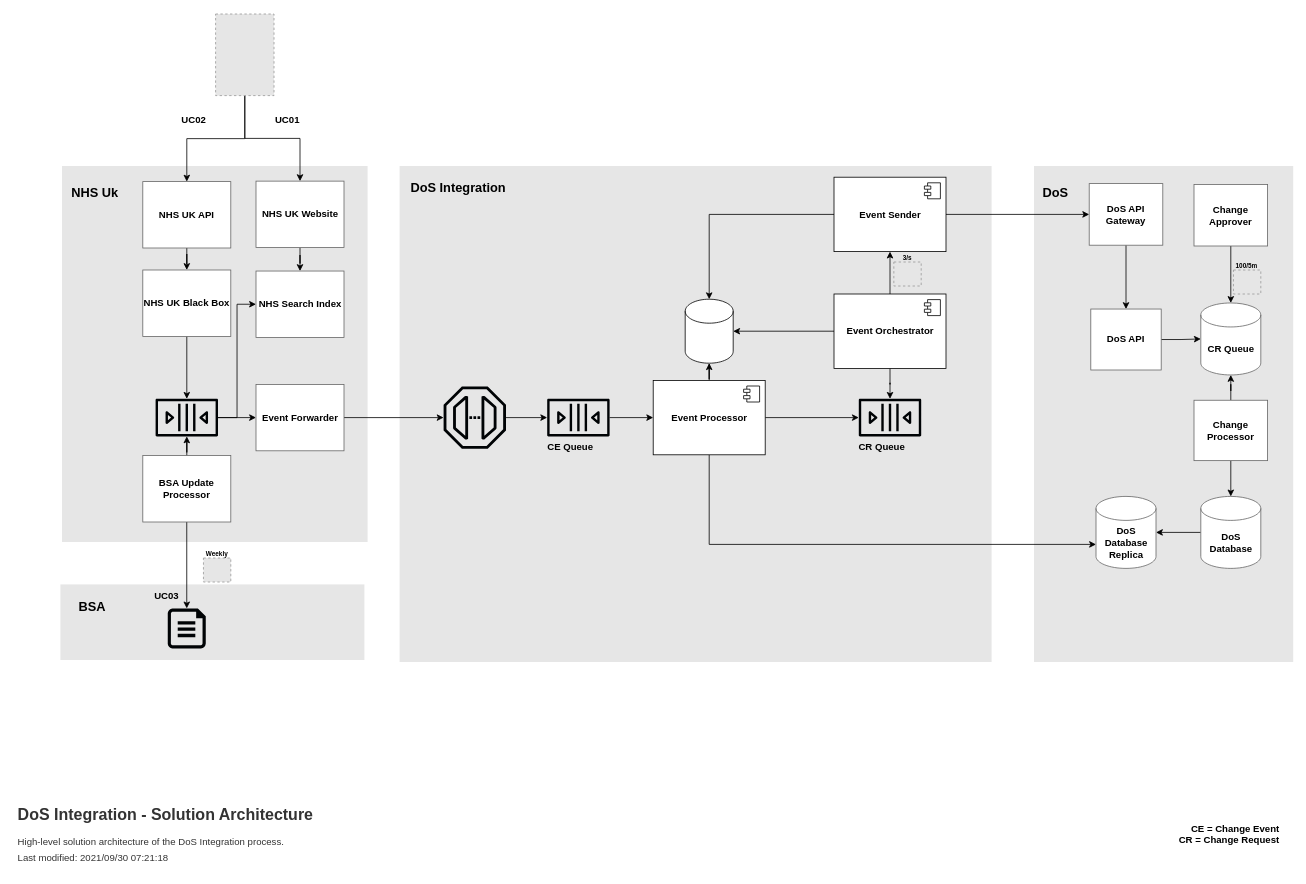
Before: page "Solution Architecture" (2 of 6) of documentation/diagrams/DoS Integration.drawio in nhsd-exeter/dos-integration, a draw.io diagram. Source tidied: cells renumbered, new cells numbered last; positions are measured from the earlier drawing's top-left corner, leaving out a move shared by most shapes. Both pictures are drawn from the tidied source at 80%, with x=0, y=0 at pixel (14, 14). Pictures stored in the file or linked from it are replaced by grey dashed boxes.
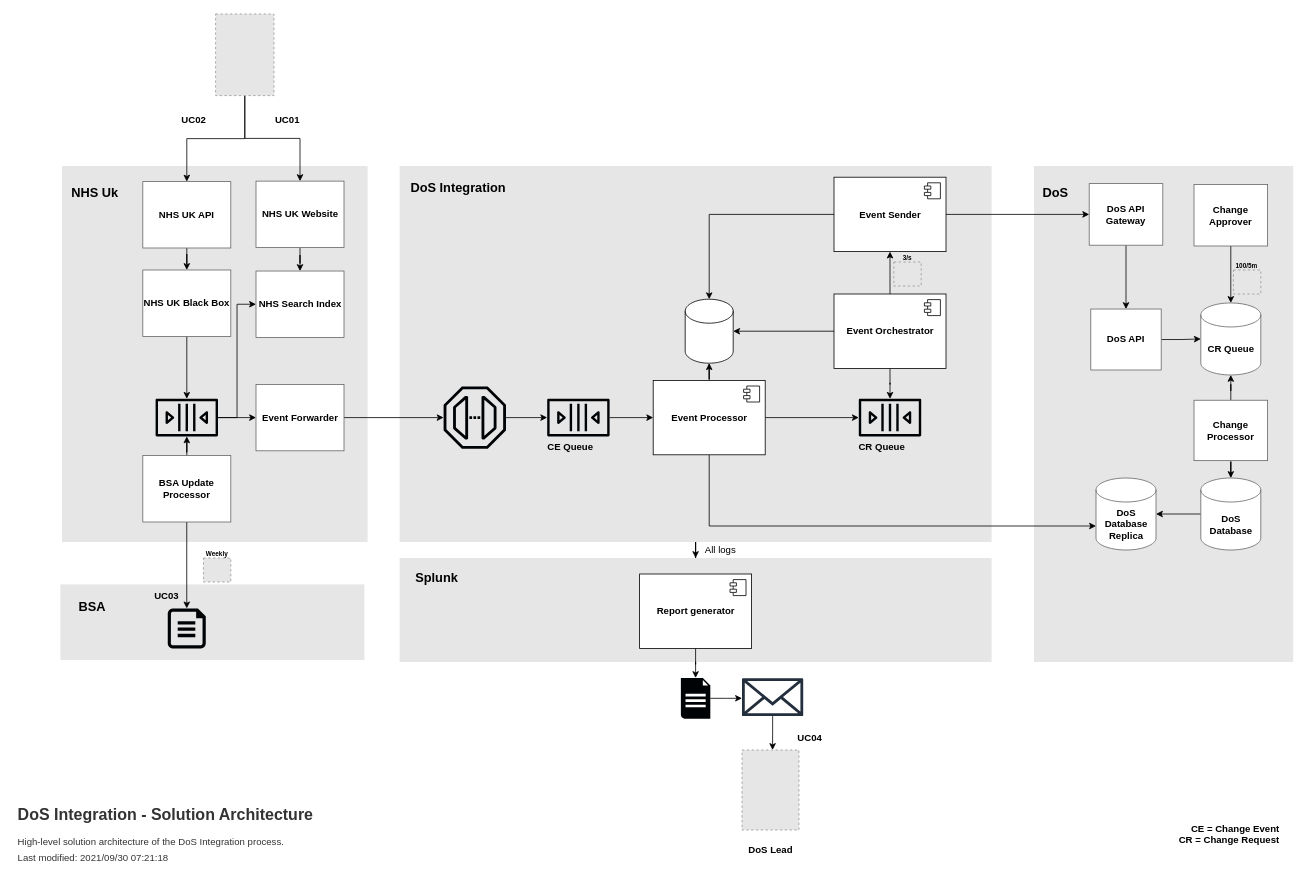
The same page after the edit.

Diff of the diagram source:
```diff
@@
+    <mxCell id="78" style="rounded=0;whiteSpace=wrap;html=1;fillColor=#E6E6E6;dashed=1;strokeColor=none;" parent="1" vertex="1">
+      <mxGeometry x="482" y="680" width="740" height="130" as="geometry" />
+    </mxCell>
@@
     <mxCell id="3" style="rounded=0;whiteSpace=wrap;html=1;fillColor=#E6E6E6;dashed=1;strokeColor=none;" parent="1" vertex="1">
-      <mxGeometry x="482" y="190" width="740" height="620" as="geometry" />
+      <mxGeometry x="482" y="190" width="740" height="470" as="geometry" />
     </mxCell>
@@
     <mxCell id="12" value="DoS Database" style="shape=cylinder3;whiteSpace=wrap;html=1;boundedLbl=1;backgroundOutline=1;size=15;fillColor=#FFFFFF;strokeColor=#666666;labelBackgroundColor=none;fontStyle=1;" parent="1" vertex="1">
-      <mxGeometry x="1483.5" y="603" width="75" height="90" as="geometry" />
+      <mxGeometry x="1483.5" y="580" width="75" height="90" as="geometry" />
     </mxCell>
     <mxCell id="13" value="DoS Database&lt;br&gt;Replica" style="shape=cylinder3;whiteSpace=wrap;html=1;boundedLbl=1;backgroundOutline=1;size=15;fillColor=#FFFFFF;strokeColor=#666666;labelBackgroundColor=none;fontStyle=1;" parent="1" vertex="1">
-      <mxGeometry x="1352.5" y="603" width="75" height="90" as="geometry" />
+      <mxGeometry x="1352.5" y="580" width="75" height="90" as="geometry" />
     </mxCell>
@@
+    <mxCell id="79" style="edgeStyle=orthogonalEdgeStyle;rounded=0;jettySize=auto;html=1;startArrow=classic;startFill=1;endArrow=none;endFill=0;fillColor=#C7C7C7;exitX=0.5;exitY=0;exitDx=0;exitDy=0;" parent="1" edge="1" source="78" target="3">
+      <mxGeometry relative="1" as="geometry" />
+    </mxCell>
+    <mxCell id="80" style="edgeStyle=orthogonalEdgeStyle;rounded=0;jettySize=auto;html=1;startArrow=none;startFill=0;endArrow=classic;endFill=1;fillColor=#C7C7C7;" parent="1" edge="1" source="81" target="85">
+      <mxGeometry relative="1" as="geometry" />
+    </mxCell>
+    <mxCell id="81" value="Report generator" style="html=1;fillColor=#FFFFFF;fontStyle=1;" parent="1" vertex="1">
+      <mxGeometry x="782" y="700" width="140" height="93" as="geometry" />
+    </mxCell>
+    <mxCell id="82" style="shape=module;jettyWidth=8;jettyHeight=4;fillColor=#FFFFFF;" parent="81" vertex="1">
+      <mxGeometry x="1" width="20" height="20" relative="1" as="geometry">
+        <mxPoint x="-27" y="7" as="offset" />
+      </mxGeometry>
+    </mxCell>
+    <mxCell id="83" value="All logs" style="text;html=1;strokeColor=none;fillColor=none;align=left;verticalAlign=middle;whiteSpace=wrap;rounded=0;dashed=1;labelBackgroundColor=none;opacity=40;" parent="1" vertex="1">
+      <mxGeometry x="862" y="660" width="60" height="20" as="geometry" />
+    </mxCell>
+    <mxCell id="84" style="edgeStyle=orthogonalEdgeStyle;rounded=0;jettySize=auto;html=1;entryX=0;entryY=0.529;entryDx=0;entryDy=0;entryPerimeter=0;startArrow=none;startFill=0;endArrow=classic;endFill=1;fillColor=#C7C7C7;" parent="1" edge="1" source="85" target="87">
+      <mxGeometry relative="1" as="geometry" />
+    </mxCell>
+    <mxCell id="85" style="shadow=0;dashed=0;html=1;strokeColor=none;fillColor=#000305;labelPosition=center;verticalLabelPosition=bottom;verticalAlign=top;align=center;outlineConnect=0;shape=mxgraph.veeam.2d.report;labelBackgroundColor=none;" parent="1" vertex="1">
+      <mxGeometry x="833.6" y="830" width="36.8" height="50.8" as="geometry" />
+    </mxCell>
+    <mxCell id="86" style="edgeStyle=orthogonalEdgeStyle;rounded=0;jettySize=auto;html=1;startArrow=none;startFill=0;endArrow=classic;endFill=1;fillColor=#C7C7C7;" parent="1" edge="1" source="87">
+      <mxGeometry relative="1" as="geometry">
+        <mxPoint x="948.2" y="920" as="targetPoint" />
+      </mxGeometry>
+    </mxCell>
+    <mxCell id="87" style="sketch=0;outlineConnect=0;fontColor=#232F3E;gradientColor=none;fillColor=#232F3D;strokeColor=none;dashed=0;verticalLabelPosition=bottom;verticalAlign=top;align=center;html=1;fontSize=12;fontStyle=0;shape=mxgraph.aws4.email_2;" parent="1" vertex="1">
+      <mxGeometry x="910" y="830" width="76.5" height="48" as="geometry" />
+    </mxCell>
+    <mxCell id="88" style="group;" parent="1" vertex="1">
+      <mxGeometry x="910" y="920" width="71.2" height="140" as="geometry" />
+    </mxCell>
+    <mxCell id="89" style="fillColor=#E6E6E6;strokeColor=#999999;dashed=1;" parent="88" vertex="1">
+      <mxGeometry width="71.2" height="100" as="geometry" />
+    </mxCell>
+    <mxCell id="90" value="DoS Lead" style="text;html=1;strokeColor=none;fillColor=none;align=center;verticalAlign=middle;whiteSpace=wrap;rounded=0;fontStyle=1;" parent="88" vertex="1">
+      <mxGeometry x="5.6" y="110" width="60" height="30" as="geometry" />
+    </mxCell>
+    <mxCell id="91" value="Splunk" style="text;html=1;strokeColor=none;fillColor=none;align=left;verticalAlign=middle;whiteSpace=wrap;rounded=0;fontStyle=1;fontSize=16;" parent="1" vertex="1">
+      <mxGeometry x="499.9" y="694.4" width="152.3" height="20" as="geometry" />
+    </mxCell>
+    <mxCell id="92" value="UC04" style="text;html=1;strokeColor=none;fillColor=none;align=center;verticalAlign=middle;whiteSpace=wrap;rounded=0;fontStyle=1;" parent="1" vertex="1">
+      <mxGeometry x="965" y="890" width="60" height="30" as="geometry" />
+    </mxCell>
```
